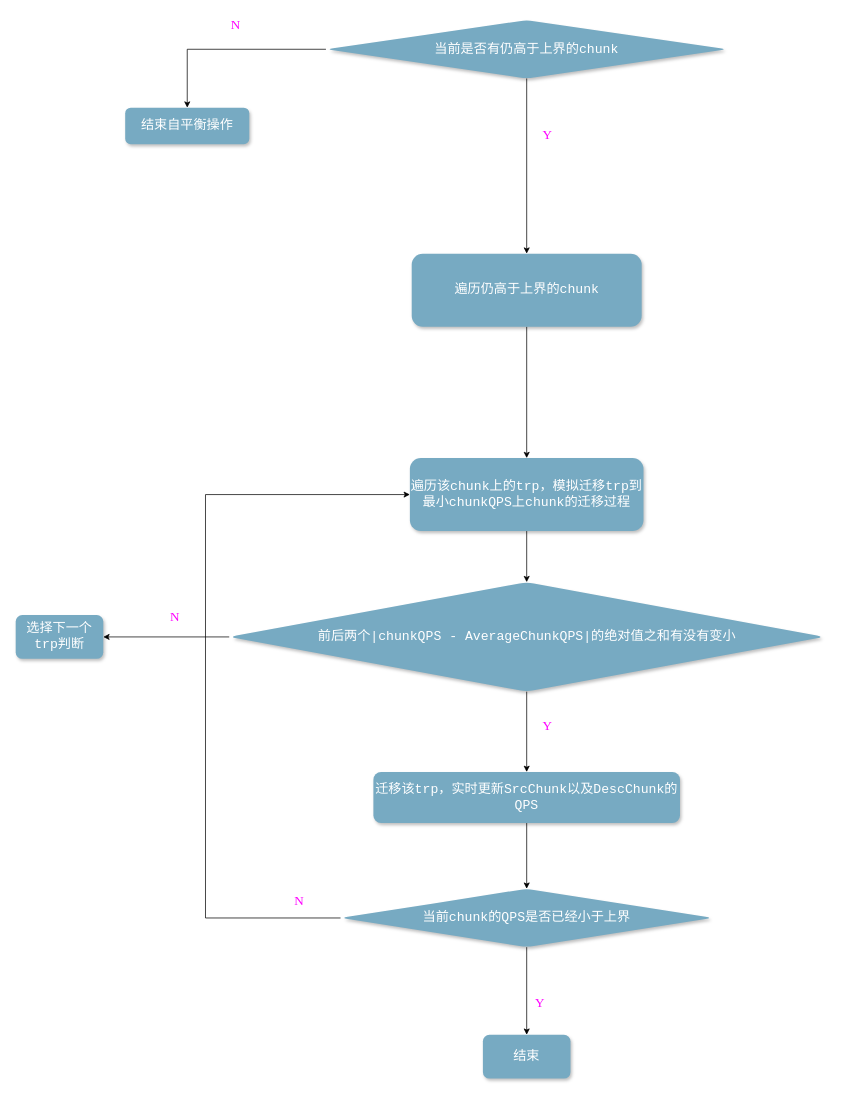
Earlier version of the draw.io diagram page "自平衡2" (3 of 15) of Untitled Diagram.drawio (SoraNimi/lbs-master). Source tidied: cells renumbered, new cells numbered last; positions are measured from the earlier drawing's top-left corner, leaving out a move shared by most shapes. Both pictures are drawn from the tidied source at 73%, with x=0, y=0 at pixel (15, 12).
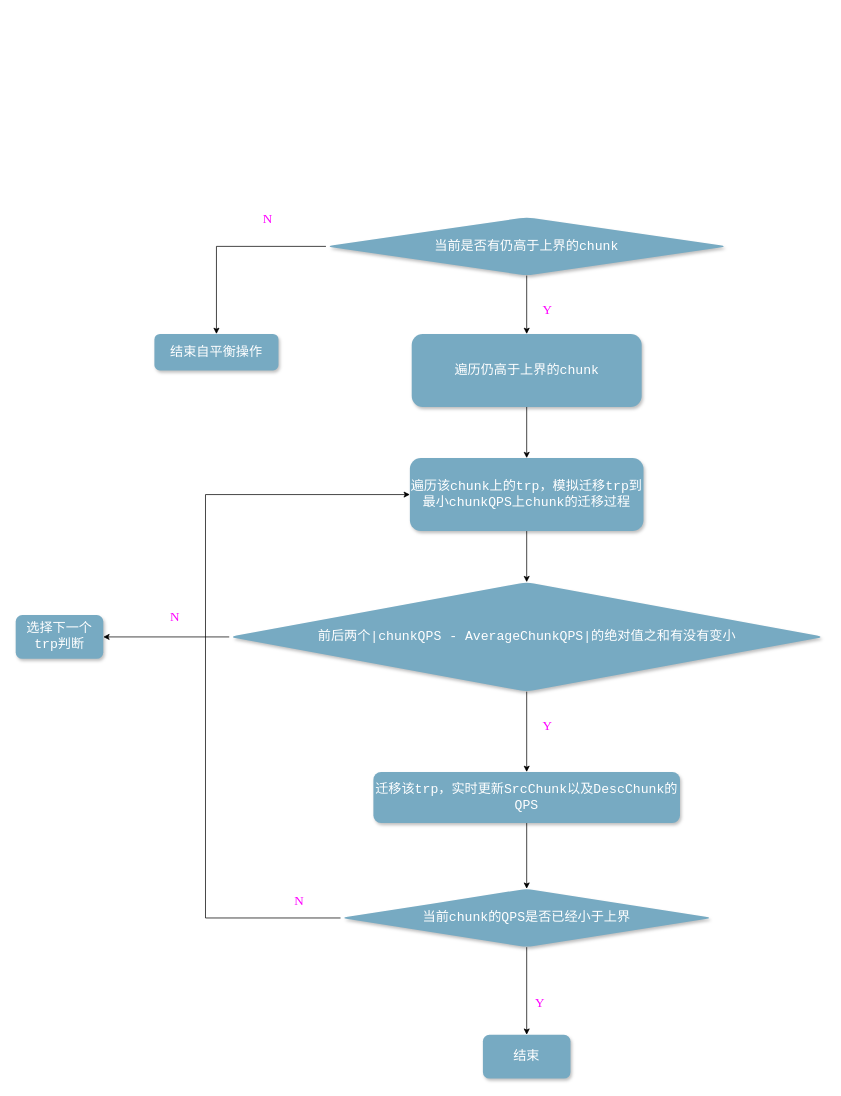
Above is the later version.

What changed in the source:
```diff
@@
     <mxCell id="3" value="&lt;font style=&quot;font-size: 18px&quot;&gt;遍历仍高于上界的chunk&lt;/font&gt;" style="rounded=1;whiteSpace=wrap;html=1;fillColor=#77aac2;strokeColor=none;shadow=1;glass=0;comic=0;gradientColor=none;fontFamily=Courier New;fontColor=#FFFFFF;" parent="1" vertex="1">
-      <mxGeometry x="542.5" y="330" width="315" height="100" as="geometry" />
+      <mxGeometry x="542.5" y="440" width="315" height="100" as="geometry" />
     </mxCell>
@@
     <mxCell id="6" value="&lt;font style=&quot;font-size: 18px&quot;&gt;当前是否有仍高于上界的chunk&lt;/font&gt;" style="rhombus;whiteSpace=wrap;html=1;fontFamily=Courier New;fillColor=#77aac2;strokeColor=none;fontColor=#FFFFFF;rounded=1;shadow=1;glass=0;comic=0;gradientColor=none;" parent="1" vertex="1">
-      <mxGeometry x="425" y="10" width="550" height="80" as="geometry" />
+      <mxGeometry x="425" y="280" width="550" height="80" as="geometry" />
     </mxCell>
     <mxCell id="7" value="&lt;font style=&quot;font-size: 18px&quot;&gt;结束自平衡操作&lt;/font&gt;" style="rounded=1;whiteSpace=wrap;html=1;fillColor=#77aac2;strokeColor=none;shadow=1;glass=0;comic=0;gradientColor=none;fontFamily=Courier New;fontColor=#FFFFFF;" parent="1" vertex="1">
-      <mxGeometry x="150" y="130" width="170" height="50" as="geometry" />
+      <mxGeometry x="190" y="440" width="170" height="50" as="geometry" />
     </mxCell>
-    <mxCell id="8" value="&lt;span style=&quot;color: rgb(255 , 0 , 255) ; font-family: &amp;#34;times new roman&amp;#34; ; font-size: 18px ; font-style: normal ; font-weight: 400 ; letter-spacing: normal ; text-align: center ; text-indent: 0px ; text-transform: none ; word-spacing: 0px ; background-color: rgb(255 , 255 , 255) ; display: inline ; float: none&quot;&gt;N&lt;/span&gt;" style="text;whiteSpace=wrap;html=1;fontSize=18;" parent="1" vertex="1">
-      <mxGeometry x="292.5" width="40" height="40" as="geometry" />
-    </mxCell>
@@
     <mxCell id="25" value="&lt;span style=&quot;color: rgb(255 , 0 , 255) ; font-family: &amp;#34;times new roman&amp;#34; ; font-size: 18px ; font-style: normal ; font-weight: 400 ; letter-spacing: normal ; text-align: center ; text-indent: 0px ; text-transform: none ; word-spacing: 0px ; background-color: rgb(255 , 255 , 255) ; display: inline ; float: none&quot;&gt;Y&lt;/span&gt;" style="text;whiteSpace=wrap;html=1;fontSize=18;" parent="1" vertex="1">
-      <mxGeometry x="720" y="150" width="40" height="40" as="geometry" />
+      <mxGeometry x="720" y="390" width="40" height="40" as="geometry" />
     </mxCell>
+    <mxCell id="8" value="&lt;span style=&quot;color: rgb(255 , 0 , 255) ; font-family: &amp;#34;times new roman&amp;#34; ; font-size: 18px ; background-color: rgb(255 , 255 , 255)&quot;&gt;N&lt;/span&gt;" style="text;html=1;align=center;verticalAlign=middle;strokeColor=none;fillColor=none;fontSize=24;fontColor=#CC0000;" parent="1" vertex="1">
+      <mxGeometry x="330" y="260" width="30" height="40" as="geometry" />
+    </mxCell>
```
